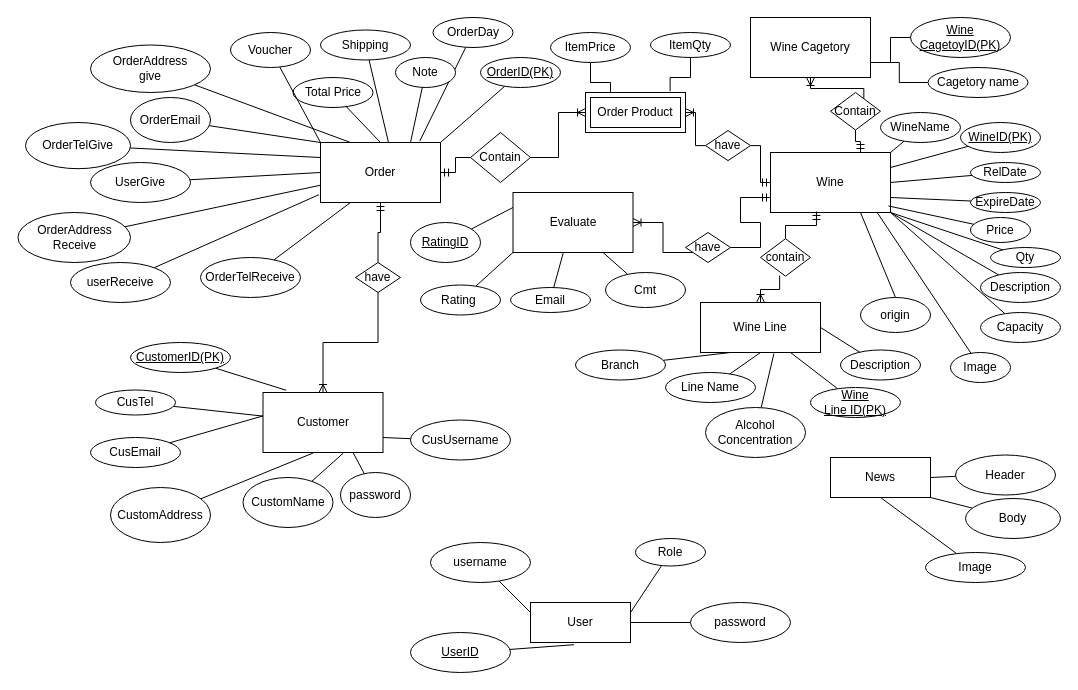
Above: DiagramDraw/ERmodel.drawio in dxthanh2002/aptech_doan (draw.io), before the change. Source tidied: cells renumbered, new cells numbered last; positions are measured from the earlier drawing's top-left corner, leaving out a move shared by most shapes. Both pictures are drawn from the tidied source at 100%, with x=0, y=0 at pixel (18, 17).
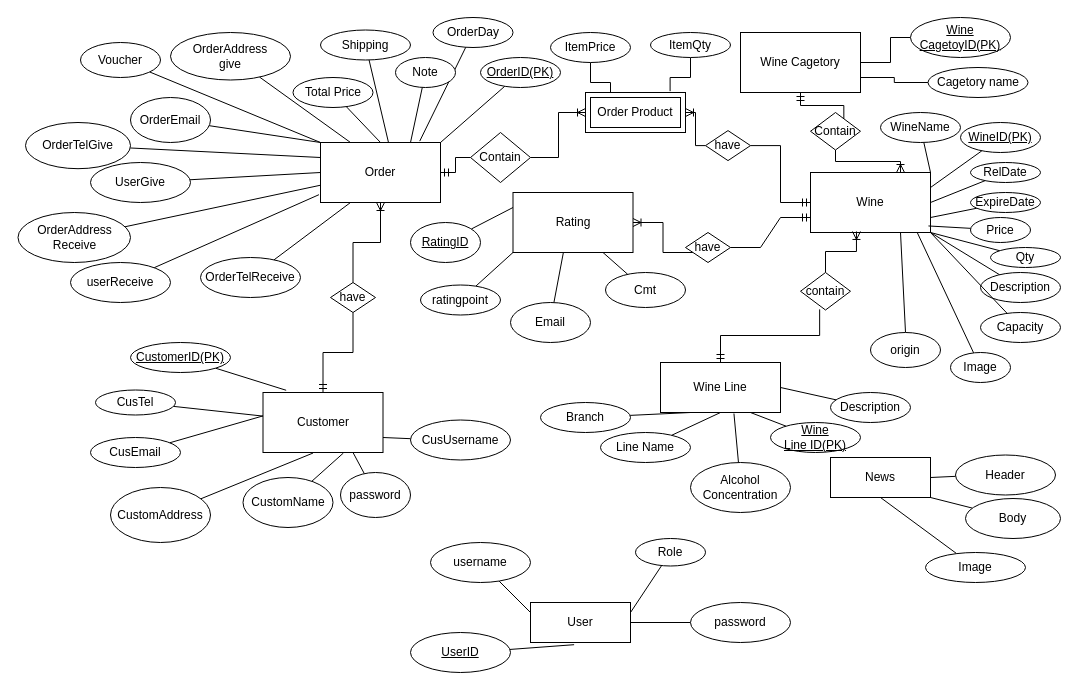
After the change.

Unchanged cells that the change refers to:
```xml
<mxCell id="7" value="Order" style="rounded=0;whiteSpace=wrap;html=1;" parent="1" vertex="1">
  <mxGeometry x="302" y="125" width="120" height="60" as="geometry" />
</mxCell>
<mxCell id="8" value="Customer" style="rounded=0;whiteSpace=wrap;html=1;" parent="1" vertex="1">
  <mxGeometry x="244.5" y="375" width="120" height="60" as="geometry" />
</mxCell>
```

The edit, as a diff of the source:
```diff
@@
-    <mxCell id="2" style="edgeStyle=elbowEdgeStyle;fontSize=12;html=1;endArrow=ERoneToMany;startArrow=none;rounded=0;exitX=0.75;exitY=0;exitDx=0;exitDy=0;elbow=vertical;entryX=0.5;entryY=1;entryDx=0;entryDy=0;startFill=0;" parent="1" edge="1" source="133" target="10">
+    <mxCell id="2" style="edgeStyle=elbowEdgeStyle;fontSize=12;html=1;endArrow=ERmandOne;startArrow=none;rounded=0;exitX=0.75;exitY=0;exitDx=0;exitDy=0;elbow=vertical;entryX=0.5;entryY=1;entryDx=0;entryDy=0;startFill=0;endFill=0;" parent="1" edge="1" source="133" target="10">
       <mxGeometry relative="1" as="geometry" />
     </mxCell>
-    <mxCell id="3" style="fontSize=12;html=1;endArrow=ERoneToMany;startArrow=none;rounded=0;exitX=0.383;exitY=0.983;exitDx=0;exitDy=0;entryX=0.5;entryY=0;entryDx=0;entryDy=0;edgeStyle=elbowEdgeStyle;elbow=vertical;exitPerimeter=0;startFill=0;" parent="1" edge="1" source="127" target="9">
+    <mxCell id="3" style="fontSize=12;html=1;endArrow=ERmandOne;startArrow=none;rounded=0;exitX=0.383;exitY=0.983;exitDx=0;exitDy=0;entryX=0.5;entryY=0;entryDx=0;entryDy=0;edgeStyle=elbowEdgeStyle;elbow=vertical;exitPerimeter=0;startFill=0;endFill=0;" parent="1" edge="1" source="127" target="9">
       <mxGeometry relative="1" as="geometry" />
     </mxCell>
@@
-    <mxCell id="6" style="edgeStyle=orthogonalEdgeStyle;fontSize=12;html=1;endArrow=ERoneToMany;startArrow=none;rounded=0;entryX=0.5;entryY=0;entryDx=0;entryDy=0;exitX=0.5;exitY=1;exitDx=0;exitDy=0;startFill=0;" parent="1" edge="1" source="122" target="8">
+    <mxCell id="6" style="edgeStyle=orthogonalEdgeStyle;fontSize=12;html=1;endArrow=ERmandOne;startArrow=none;rounded=0;entryX=0.5;entryY=0;entryDx=0;entryDy=0;exitX=0.5;exitY=1;exitDx=0;exitDy=0;startFill=0;endFill=0;" parent="1" edge="1" source="122" target="8">
       <mxGeometry relative="1" as="geometry" />
     </mxCell>
@@
     <mxCell id="9" value="Wine Line" style="rounded=0;whiteSpace=wrap;html=1;" parent="1" vertex="1">
-      <mxGeometry x="682" y="285" width="120" height="50" as="geometry" />
+      <mxGeometry x="642" y="345" width="120" height="50" as="geometry" />
     </mxCell>
     <mxCell id="10" value="Wine Cagetory" style="rounded=0;whiteSpace=wrap;html=1;" parent="1" vertex="1">
-      <mxGeometry x="732" width="120" height="60" as="geometry" />
+      <mxGeometry x="722" y="15" width="120" height="60" as="geometry" />
     </mxCell>
     <mxCell id="11" value="Wine" style="rounded=0;whiteSpace=wrap;html=1;" parent="1" vertex="1">
-      <mxGeometry x="752" y="135" width="120" height="60" as="geometry" />
+      <mxGeometry x="792" y="155" width="120" height="60" as="geometry" />
     </mxCell>
-    <mxCell id="12" value="Evaluate" style="rounded=0;whiteSpace=wrap;html=1;" parent="1" vertex="1">
+    <mxCell id="12" value="Rating" style="rounded=0;whiteSpace=wrap;html=1;" parent="1" vertex="1">
       <mxGeometry x="494.5" y="175" width="120" height="60" as="geometry" />
     </mxCell>
@@
     <mxCell id="29" value="Branch" style="ellipse;whiteSpace=wrap;html=1;align=center;" parent="1" vertex="1">
-      <mxGeometry x="557" y="332.5" width="90" height="30" as="geometry" />
+      <mxGeometry x="522" y="385" width="90" height="30" as="geometry" />
     </mxCell>
@@
     <mxCell id="37" value="Line Name" style="ellipse;whiteSpace=wrap;html=1;align=center;" parent="1" vertex="1">
-      <mxGeometry x="647" y="355" width="90" height="30" as="geometry" />
+      <mxGeometry x="582" y="415" width="90" height="30" as="geometry" />
     </mxCell>
@@
     <mxCell id="43" value="Wine&lt;br style=&quot;border-color: var(--border-color);&quot;&gt;Line ID(PK)" style="ellipse;whiteSpace=wrap;html=1;align=center;fontStyle=4;" parent="1" vertex="1">
-      <mxGeometry x="792" y="370" width="90" height="30" as="geometry" />
+      <mxGeometry x="752" y="405" width="90" height="30" as="geometry" />
     </mxCell>
@@
     <mxCell id="63" value="Alcohol&lt;br&gt;Concentration" style="ellipse;whiteSpace=wrap;html=1;align=center;" parent="1" vertex="1">
-      <mxGeometry x="687" y="390" width="100" height="50" as="geometry" />
+      <mxGeometry x="672" y="445" width="100" height="50" as="geometry" />
     </mxCell>
@@
-    <mxCell id="65" value="Rating&amp;nbsp;" style="ellipse;whiteSpace=wrap;html=1;align=center;" parent="1" vertex="1">
+    <mxCell id="65" value="ratingpoint" style="ellipse;whiteSpace=wrap;html=1;align=center;" parent="1" vertex="1">
       <mxGeometry x="402" y="267.5" width="80" height="30" as="geometry" />
     </mxCell>
@@
     <mxCell id="67" value="Email" style="ellipse;whiteSpace=wrap;html=1;align=center;" parent="1" vertex="1">
-      <mxGeometry x="492" y="270" width="80" height="25" as="geometry" />
+      <mxGeometry x="492" y="285" width="80" height="40" as="geometry" />
     </mxCell>
@@
-    <mxCell id="73" style="rounded=0;jettySize=auto;html=1;exitX=0.5;exitY=0;exitDx=0;exitDy=0;endArrow=none;endFill=0;" parent="1" edge="1" source="74">
-      <mxGeometry relative="1" as="geometry">
-        <mxPoint x="842" y="195" as="targetPoint" />
-      </mxGeometry>
+    <mxCell id="73" style="rounded=0;jettySize=auto;html=1;endArrow=none;endFill=0;entryX=0.75;entryY=1;entryDx=0;entryDy=0;exitX=0.5;exitY=0;exitDx=0;exitDy=0;" parent="1" edge="1" source="74" target="11">
+      <mxGeometry relative="1" as="geometry" />
     </mxCell>
     <mxCell id="74" value="origin" style="ellipse;whiteSpace=wrap;html=1;align=center;" parent="1" vertex="1">
-      <mxGeometry x="842" y="280" width="70" height="35" as="geometry" />
+      <mxGeometry x="852" y="315" width="70" height="35" as="geometry" />
     </mxCell>
@@
     <mxCell id="76" value="Voucher" style="ellipse;whiteSpace=wrap;html=1;align=center;" parent="1" vertex="1">
-      <mxGeometry x="212" y="15" width="80" height="35" as="geometry" />
+      <mxGeometry x="62" y="25" width="80" height="35" as="geometry" />
     </mxCell>
@@
     <mxCell id="102" value="Description" style="ellipse;whiteSpace=wrap;html=1;align=center;" parent="1" vertex="1">
-      <mxGeometry x="822" y="332.5" width="80" height="30" as="geometry" />
+      <mxGeometry x="812" y="375" width="80" height="30" as="geometry" />
     </mxCell>
@@
     <mxCell id="112" value="OrderAddress&lt;br&gt;give" style="ellipse;whiteSpace=wrap;html=1;align=center;" parent="1" vertex="1">
-      <mxGeometry x="72" y="27.5" width="120" height="47.5" as="geometry" />
+      <mxGeometry x="152" y="15" width="120" height="47.5" as="geometry" />
     </mxCell>
@@
-    <mxCell id="121" style="edgeStyle=orthogonalEdgeStyle;fontSize=12;html=1;endArrow=none;startArrow=ERmandOne;rounded=0;entryX=0.5;entryY=0;entryDx=0;entryDy=0;exitX=0.5;exitY=1;exitDx=0;exitDy=0;endFill=0;" parent="1" edge="1" source="7" target="122">
+    <mxCell id="121" style="edgeStyle=orthogonalEdgeStyle;fontSize=12;html=1;endArrow=none;startArrow=ERoneToMany;rounded=0;entryX=0.5;entryY=0;entryDx=0;entryDy=0;exitX=0.5;exitY=1;exitDx=0;exitDy=0;endFill=0;startFill=0;" parent="1" edge="1" source="7" target="122">
       <mxGeometry relative="1" as="geometry" />
     </mxCell>
     <mxCell id="122" value="have" style="rhombus;whiteSpace=wrap;html=1;" parent="1" vertex="1">
-      <mxGeometry x="337" y="245" width="45" height="30" as="geometry" />
+      <mxGeometry x="312" y="265" width="45" height="30" as="geometry" />
     </mxCell>
@@
-    <mxCell id="126" style="fontSize=12;html=1;endArrow=none;startArrow=ERmandOne;rounded=0;exitX=0.383;exitY=0.983;exitDx=0;exitDy=0;entryX=0.5;entryY=0;entryDx=0;entryDy=0;edgeStyle=elbowEdgeStyle;elbow=vertical;exitPerimeter=0;endFill=0;" parent="1" edge="1" source="11" target="127">
+    <mxCell id="126" style="fontSize=12;html=1;endArrow=none;startArrow=ERoneToMany;rounded=0;exitX=0.383;exitY=0.983;exitDx=0;exitDy=0;entryX=0.5;entryY=0;entryDx=0;entryDy=0;edgeStyle=elbowEdgeStyle;elbow=vertical;exitPerimeter=0;endFill=0;startFill=0;" parent="1" edge="1" source="11" target="127">
       <mxGeometry relative="1" as="geometry" />
     </mxCell>
     <mxCell id="127" value="contain" style="rhombus;whiteSpace=wrap;html=1;" parent="1" vertex="1">
-      <mxGeometry x="742" y="221.2" width="50" height="37.5" as="geometry" />
+      <mxGeometry x="782" y="255" width="50" height="37.5" as="geometry" />
     </mxCell>
@@
-    <mxCell id="132" style="edgeStyle=elbowEdgeStyle;fontSize=12;html=1;endArrow=none;startArrow=ERmandOne;rounded=0;exitX=0.75;exitY=0;exitDx=0;exitDy=0;elbow=vertical;entryX=0.5;entryY=1;entryDx=0;entryDy=0;endFill=0;" parent="1" edge="1" source="11" target="133">
+    <mxCell id="132" style="edgeStyle=elbowEdgeStyle;fontSize=12;html=1;endArrow=none;startArrow=ERoneToMany;rounded=0;exitX=0.75;exitY=0;exitDx=0;exitDy=0;entryX=0.5;entryY=1;entryDx=0;entryDy=0;endFill=0;startFill=0;elbow=vertical;" parent="1" edge="1" source="11" target="133">
       <mxGeometry relative="1" as="geometry" />
     </mxCell>
     <mxCell id="133" value="Contain" style="rhombus;whiteSpace=wrap;html=1;" parent="1" vertex="1">
-      <mxGeometry x="812" y="75" width="50" height="37.5" as="geometry" />
+      <mxGeometry x="792" y="95" width="50" height="37.5" as="geometry" />
     </mxCell>
```
